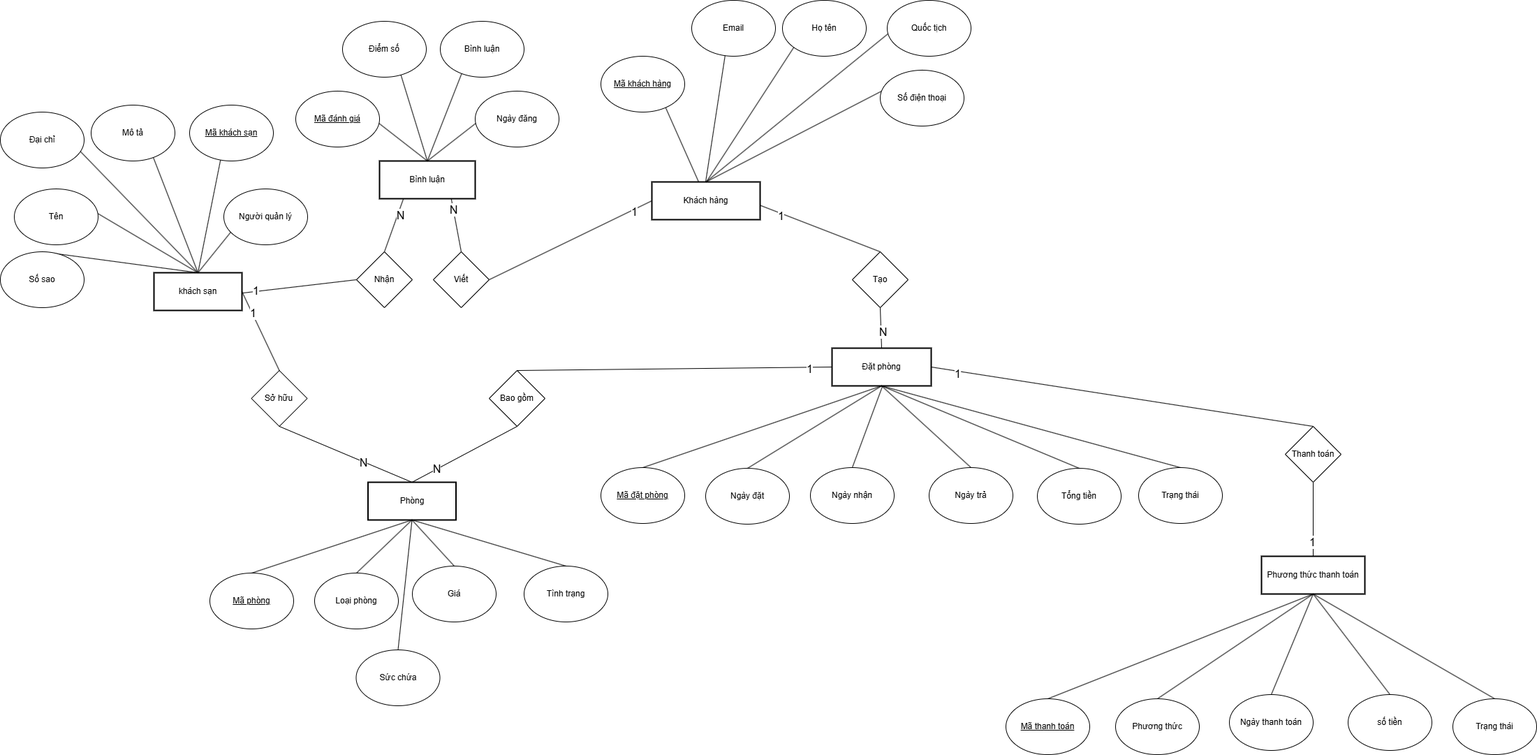
1tra2016/BT_Season1_Gioi1 keeps this draw.io diagram as Biểu đồ không có tiêu đ ề.drawio (2).png. Above is the earlier version. Source tidied: cells renumbered, new cells last; positions are measured from the earlier drawing's top-left corner, leaving out a move shared by most shapes.
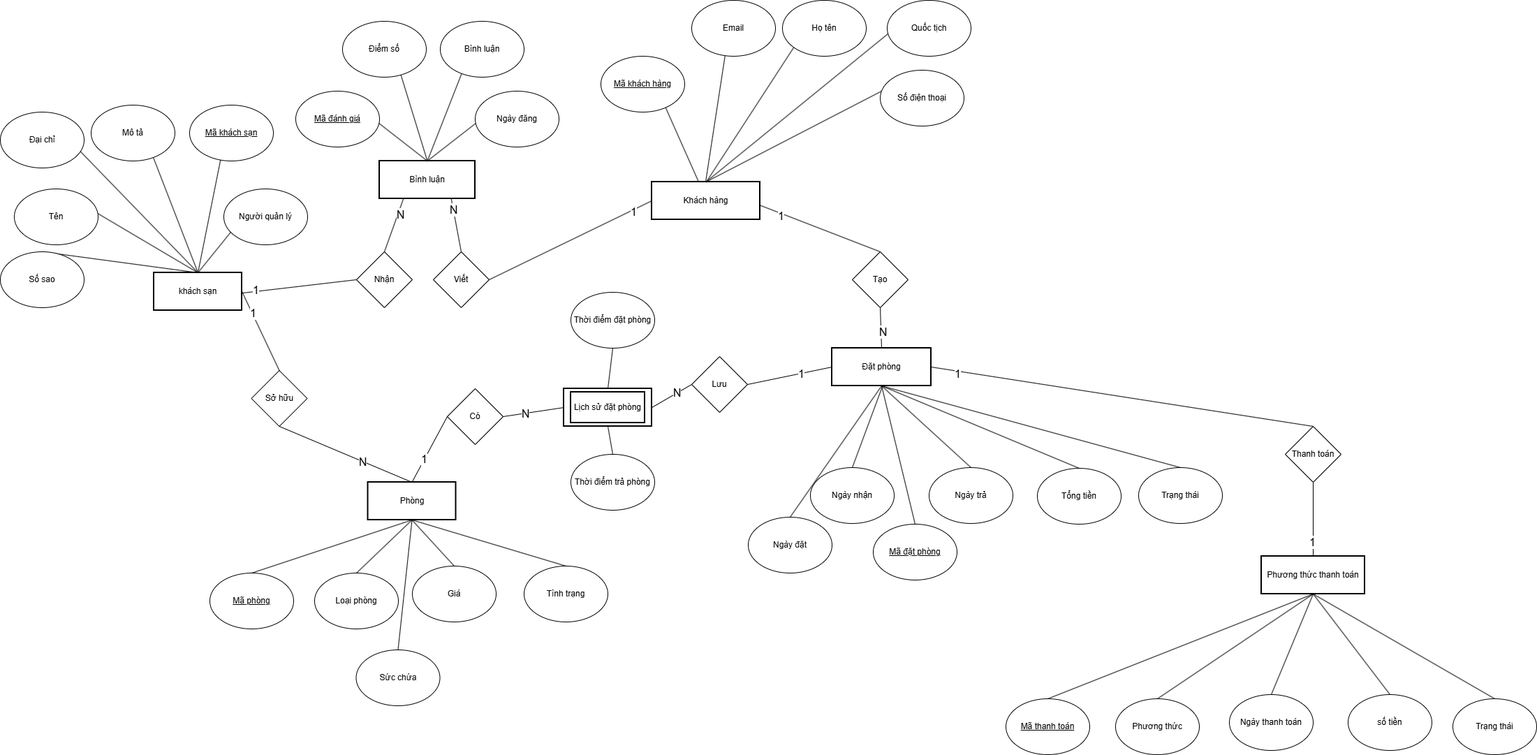
After the change.

Diff of the diagram source:
```diff
@@ -260,10 +260,10 @@
       <mxGeometry x="510" y="360" width="80" height="80" as="geometry" />
     </mxCell>
     <mxCell id="83" value="Mã đặt phòng" style="ellipse;whiteSpace=wrap;html=1;fontStyle=4;" parent="1" vertex="1">
-      <mxGeometry x="860" y="669" width="120" height="80" as="geometry" />
+      <mxGeometry x="1250" y="750" width="120" height="80" as="geometry" />
     </mxCell>
     <mxCell id="84" value="Ngày đặt" style="ellipse;whiteSpace=wrap;html=1;" parent="1" vertex="1">
-      <mxGeometry x="1010" y="670" width="120" height="80" as="geometry" />
+      <mxGeometry x="1071" y="740" width="120" height="80" as="geometry" />
     </mxCell>
     <mxCell id="85" value="Ngày nhận" style="ellipse;whiteSpace=wrap;html=1;" parent="1" vertex="1">
       <mxGeometry x="1160" y="669" width="120" height="80" as="geometry" />
@@ -295,22 +295,61 @@
     <mxCell id="94" value="Trạng thái" style="ellipse;whiteSpace=wrap;html=1;" parent="1" vertex="1">
       <mxGeometry x="2080" y="1000" width="120" height="80" as="geometry" />
     </mxCell>
-    <mxCell id="95" value="Bao gồm" style="rhombus;whiteSpace=wrap;html=1;" parent="1" vertex="1">
-      <mxGeometry x="700" y="530" width="80" height="80" as="geometry" />
-    </mxCell>
-    <mxCell id="96" style="startArrow=none;endArrow=none;entryX=0.5;entryY=0;rounded=0;entryDx=0;entryDy=0;exitX=0;exitY=0.5;exitDx=0;exitDy=0;" parent="1" edge="1" source="5" target="95">
-      <mxGeometry relative="1" as="geometry" />
-    </mxCell>
-    <mxCell id="97" value="1" style="edgeLabel;html=1;align=center;verticalAlign=middle;fontSize=16;" parent="96" vertex="1">
-      <mxGeometry x="-0.85" y="2" relative="1" as="geometry" />
-    </mxCell>
-    <mxCell id="98" style="curved=1;startArrow=none;endArrow=none;entryX=0.5;entryY=0;rounded=0;exitX=0.5;exitY=1;exitDx=0;exitDy=0;entryDx=0;entryDy=0;" parent="1" edge="1" source="95" target="3">
-      <mxGeometry relative="1" as="geometry" />
-    </mxCell>
-    <mxCell id="99" value="N" style="edgeLabel;html=1;align=center;verticalAlign=middle;fontSize=16;" parent="98" vertex="1">
-      <mxGeometry x="0.53" y="-2" relative="1" as="geometry">
-        <mxPoint y="1" as="offset" />
-      </mxGeometry>
-    </mxCell>
+    <mxCell id="100" value="Phòng" style="whiteSpace=wrap;strokeWidth=2;" parent="1" vertex="1">
+      <mxGeometry x="807" y="556" width="126" height="54" as="geometry" />
+    </mxCell>
+    <mxCell id="101" value="Lịch sử đặt phòng" style="whiteSpace=wrap;strokeWidth=2;" parent="1" vertex="1">
+      <mxGeometry x="817" y="561" width="106" height="44" as="geometry" />
+    </mxCell>
+    <mxCell id="102" value="Lưu" style="rhombus;whiteSpace=wrap;html=1;" parent="1" vertex="1">
+      <mxGeometry x="990" y="510" width="80" height="80" as="geometry" />
+    </mxCell>
+    <mxCell id="103" value="Có" style="rhombus;whiteSpace=wrap;html=1;" parent="1" vertex="1">
+      <mxGeometry x="640" y="556" width="80" height="80" as="geometry" />
+    </mxCell>
+    <mxCell id="104" style="curved=1;startArrow=none;endArrow=none;entryX=0.5;entryY=0;rounded=0;exitX=0;exitY=0.5;exitDx=0;exitDy=0;entryDx=0;entryDy=0;" parent="1" edge="1" source="103" target="3">
+      <mxGeometry relative="1" as="geometry" />
+    </mxCell>
+    <mxCell id="105" value="1" style="edgeLabel;html=1;align=center;verticalAlign=middle;fontSize=16;" parent="104" vertex="1">
+      <mxGeometry x="0.27" relative="1" as="geometry">
+        <mxPoint x="-1" as="offset" />
+      </mxGeometry>
+    </mxCell>
+    <mxCell id="106" style="curved=1;startArrow=none;endArrow=none;entryX=1;entryY=0.5;rounded=0;exitX=0;exitY=0.5;exitDx=0;exitDy=0;entryDx=0;entryDy=0;" parent="1" edge="1" source="100" target="103">
+      <mxGeometry relative="1" as="geometry" />
+    </mxCell>
+    <mxCell id="107" value="N" style="edgeLabel;html=1;align=center;verticalAlign=middle;fontSize=16;" parent="106" vertex="1">
+      <mxGeometry x="0.27" relative="1" as="geometry">
+        <mxPoint x="-1" as="offset" />
+      </mxGeometry>
+    </mxCell>
+    <mxCell id="108" style="curved=1;startArrow=none;endArrow=none;entryX=0;entryY=0.5;rounded=0;exitX=1;exitY=0.5;exitDx=0;exitDy=0;entryDx=0;entryDy=0;" parent="1" edge="1" source="100" target="102">
+      <mxGeometry relative="1" as="geometry" />
+    </mxCell>
+    <mxCell id="109" value="N" style="edgeLabel;html=1;align=center;verticalAlign=middle;fontSize=16;" parent="108" vertex="1">
+      <mxGeometry x="0.27" relative="1" as="geometry">
+        <mxPoint x="-1" as="offset" />
+      </mxGeometry>
+    </mxCell>
+    <mxCell id="110" style="curved=1;startArrow=none;endArrow=none;entryX=0;entryY=0.5;rounded=0;exitX=1;exitY=0.5;exitDx=0;exitDy=0;entryDx=0;entryDy=0;" parent="1" edge="1" source="102" target="5">
+      <mxGeometry relative="1" as="geometry" />
+    </mxCell>
+    <mxCell id="111" value="1" style="edgeLabel;html=1;align=center;verticalAlign=middle;fontSize=16;" parent="110" vertex="1">
+      <mxGeometry x="0.27" relative="1" as="geometry">
+        <mxPoint x="-1" as="offset" />
+      </mxGeometry>
+    </mxCell>
+    <mxCell id="112" value="Thời điểm đặt phòng" style="ellipse;whiteSpace=wrap;html=1;" parent="1" vertex="1">
+      <mxGeometry x="817" y="418" width="120" height="80" as="geometry" />
+    </mxCell>
+    <mxCell id="113" value="Thời điểm trả phòng" style="ellipse;whiteSpace=wrap;html=1;" parent="1" vertex="1">
+      <mxGeometry x="817" y="650" width="120" height="80" as="geometry" />
+    </mxCell>
+    <mxCell id="114" style="startArrow=none;endArrow=none;exitX=0.5;exitY=1;entryX=0.5;entryY=0;rounded=0;entryDx=0;entryDy=0;exitDx=0;exitDy=0;" parent="1" edge="1" source="100" target="113">
+      <mxGeometry relative="1" as="geometry" />
+    </mxCell>
+    <mxCell id="115" style="startArrow=none;endArrow=none;exitX=0.5;exitY=1;entryX=0.5;entryY=0;rounded=0;entryDx=0;entryDy=0;exitDx=0;exitDy=0;" parent="1" edge="1" source="112" target="100">
+      <mxGeometry relative="1" as="geometry" />
+    </mxCell>
   </root>
 </mxGraphModel>
```
